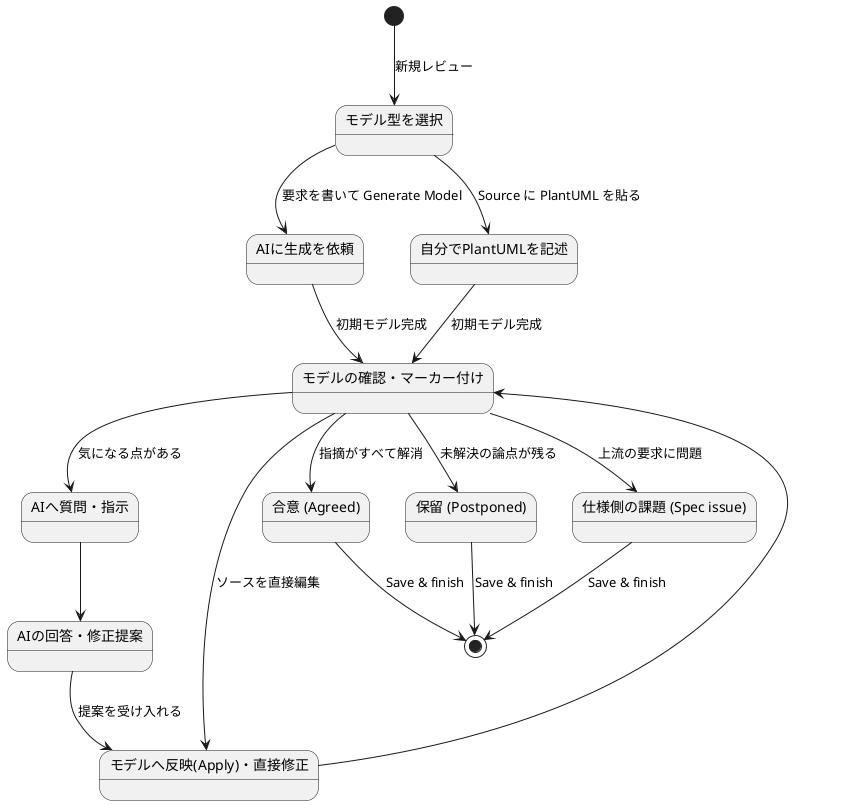
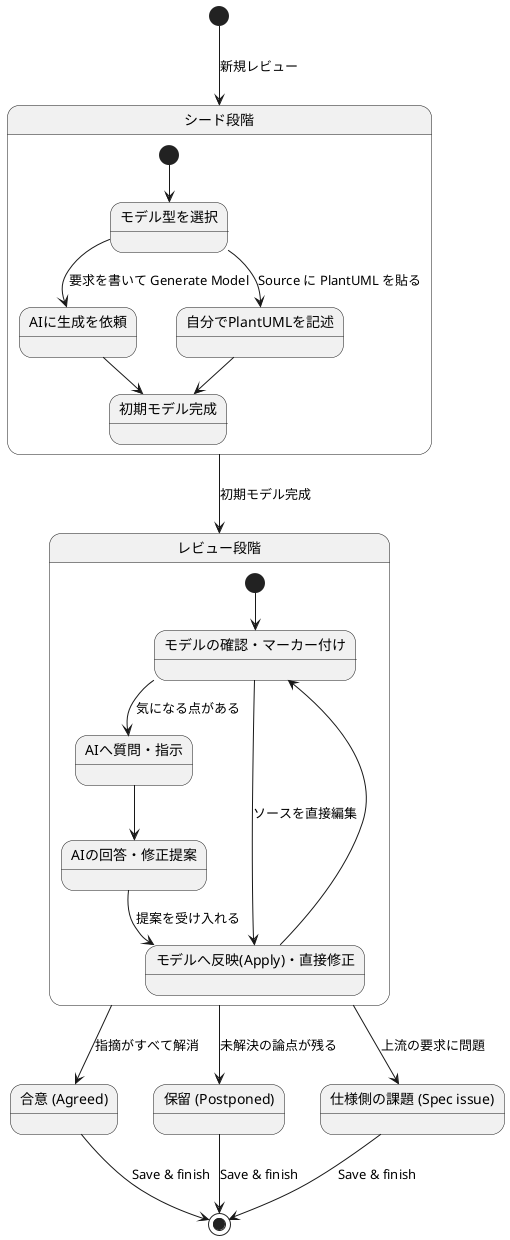
@startuml
' ModelLogue のレビュー作業フロー
- ' 状態遷移図サブセット（ADR-009）に準拠
+ ' 状態遷移図サブセット（ADR-009, 1階層の複合状態）に準拠
+ ' シード段階とレビュー段階を、それぞれ 1 階層の複合状態として表す。

- state "モデル型を選択" as SelectType
- state "AIに生成を依頼" as AIGenerate
- state "自分でPlantUMLを記述" as HumanWrite
- state "モデルの確認・マーカー付け" as Inspecting
- state "AIへ質問・指示" as Asking
- state "AIの回答・修正提案" as Answering
- state "モデルへ反映(Apply)・直接修正" as Editing
+ state "シード段階" as Seed {
+   [*] --> SelectType
+   state "モデル型を選択" as SelectType
+   state "AIに生成を依頼" as AIGenerate
+   state "自分でPlantUMLを記述" as HumanWrite
+   state "初期モデル完成" as Drafted
+   SelectType --> AIGenerate : 要求を書いて Generate Model
+   SelectType --> HumanWrite : Source に PlantUML を貼る
+   AIGenerate --> Drafted
+   HumanWrite --> Drafted
+ }
+ 
+ state "レビュー段階" as Review {
+   [*] --> Inspecting
+   state "モデルの確認・マーカー付け" as Inspecting
+   state "AIへ質問・指示" as Asking
+   state "AIの回答・修正提案" as Answering
+   state "モデルへ反映(Apply)・直接修正" as Editing
+   Inspecting --> Asking : 気になる点がある
+   Asking --> Answering
+   Answering --> Editing : 提案を受け入れる
+   Editing --> Inspecting
+   Inspecting --> Editing : ソースを直接編集
+ }
+ 
state "合意 (Agreed)" as Agreed
state "保留 (Postponed)" as Postponed
state "仕様側の課題 (Spec issue)" as SpecIssue

- [*] --> SelectType : 新規レビュー
- SelectType --> AIGenerate : 要求を書いて Generate Model
- SelectType --> HumanWrite : Source に PlantUML を貼る
- AIGenerate --> Inspecting : 初期モデル完成
- HumanWrite --> Inspecting : 初期モデル完成
- 
- Inspecting --> Asking : 気になる点がある
- Asking --> Answering
- Answering --> Editing : 提案を受け入れる
- Editing --> Inspecting
- Inspecting --> Editing : ソースを直接編集
- 
- Inspecting --> Agreed : 指摘がすべて解消
- Inspecting --> Postponed : 未解決の論点が残る
- Inspecting --> SpecIssue : 上流の要求に問題
+ [*] --> Seed : 新規レビュー
+ Seed --> Review : 初期モデル完成
+ Review --> Agreed : 指摘がすべて解消
+ Review --> Postponed : 未解決の論点が残る
+ Review --> SpecIssue : 上流の要求に問題

Agreed --> [*] : Save & finish
Postponed --> [*] : Save & finish
SpecIssue --> [*] : Save & finish
@enduml
